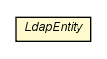
Earlier version of the Graphviz export ca/tnt/ldaputils/annotations/LdapEntity.png (TrentonAdams/lpa). Its source is kept beside it as ca/tnt/ldaputils/annotations/LdapEntity.dot. The source it was exported from:
```dot

digraph G {
	edge [fontname="Helvetica",fontsize=10,labelfontname="Helvetica",labelfontsize=10];
	node [fontname="Helvetica",fontsize=10,shape=plaintext];
	c662 [label=<<table border="0" cellborder="1" cellspacing="0" cellpadding="2" port="p" bgcolor="lemonChiffon" href="./LdapEntity.html">
		<tr><td><table border="0" cellspacing="0" cellpadding="1">
			<tr><td><font face="Helvetica-Oblique"> LdapEntity </font></td></tr>
		</table></td></tr>
		</table>>, fontname="Helvetica", fontcolor="black", fontsize=9.0];
}
```
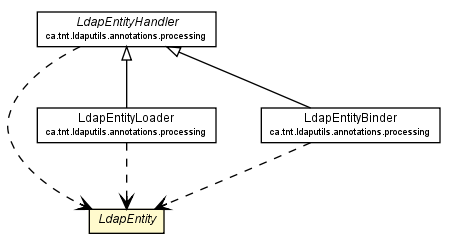
The same file after the commit.

The edit, as a diff of the source:
```diff
@@ -2,9 +2,32 @@
 digraph G {
 	edge [fontname="Helvetica",fontsize=10,labelfontname="Helvetica",labelfontsize=10];
 	node [fontname="Helvetica",fontsize=10,shape=plaintext];
-	c662 [label=<<table border="0" cellborder="1" cellspacing="0" cellpadding="2" port="p" bgcolor="lemonChiffon" href="./LdapEntity.html">
+	c766 [label=<<table border="0" cellborder="1" cellspacing="0" cellpadding="2" port="p" bgcolor="lemonChiffon" href="./LdapEntity.html">
 		<tr><td><table border="0" cellspacing="0" cellpadding="1">
 			<tr><td><font face="Helvetica-Oblique"> LdapEntity </font></td></tr>
 		</table></td></tr>
 		</table>>, fontname="Helvetica", fontcolor="black", fontsize=9.0];
+	c769 [label=<<table border="0" cellborder="1" cellspacing="0" cellpadding="2" port="p" href="./processing/LdapEntityLoader.html">
+		<tr><td><table border="0" cellspacing="0" cellpadding="1">
+			<tr><td> LdapEntityLoader </td></tr>
+			<tr><td><font point-size="7.0"> ca.tnt.ldaputils.annotations.processing </font></td></tr>
+		</table></td></tr>
+		</table>>, fontname="Helvetica", fontcolor="black", fontsize=9.0];
+	c770 [label=<<table border="0" cellborder="1" cellspacing="0" cellpadding="2" port="p" href="./processing/LdapEntityHandler.html">
+		<tr><td><table border="0" cellspacing="0" cellpadding="1">
+			<tr><td><font face="Helvetica-Oblique"> LdapEntityHandler </font></td></tr>
+			<tr><td><font point-size="7.0"> ca.tnt.ldaputils.annotations.processing </font></td></tr>
+		</table></td></tr>
+		</table>>, fontname="Helvetica", fontcolor="black", fontsize=9.0];
+	c771 [label=<<table border="0" cellborder="1" cellspacing="0" cellpadding="2" port="p" href="./processing/LdapEntityBinder.html">
+		<tr><td><table border="0" cellspacing="0" cellpadding="1">
+			<tr><td> LdapEntityBinder </td></tr>
+			<tr><td><font point-size="7.0"> ca.tnt.ldaputils.annotations.processing </font></td></tr>
+		</table></td></tr>
+		</table>>, fontname="Helvetica", fontcolor="black", fontsize=9.0];
+	c770:p -> c769:p [dir=back,arrowtail=empty];
+	c770:p -> c771:p [dir=back,arrowtail=empty];
+	c769:p -> c766:p [taillabel="", label="", headlabel="", fontname="Helvetica", fontcolor="black", fontsize=10.0, color="black", arrowhead=open, style=dashed];
+	c770:p -> c766:p [taillabel="", label="", headlabel="", fontname="Helvetica", fontcolor="black", fontsize=10.0, color="black", arrowhead=open, style=dashed];
+	c771:p -> c766:p [taillabel="", label="", headlabel="", fontname="Helvetica", fontcolor="black", fontsize=10.0, color="black", arrowhead=open, style=dashed];
 }
```
